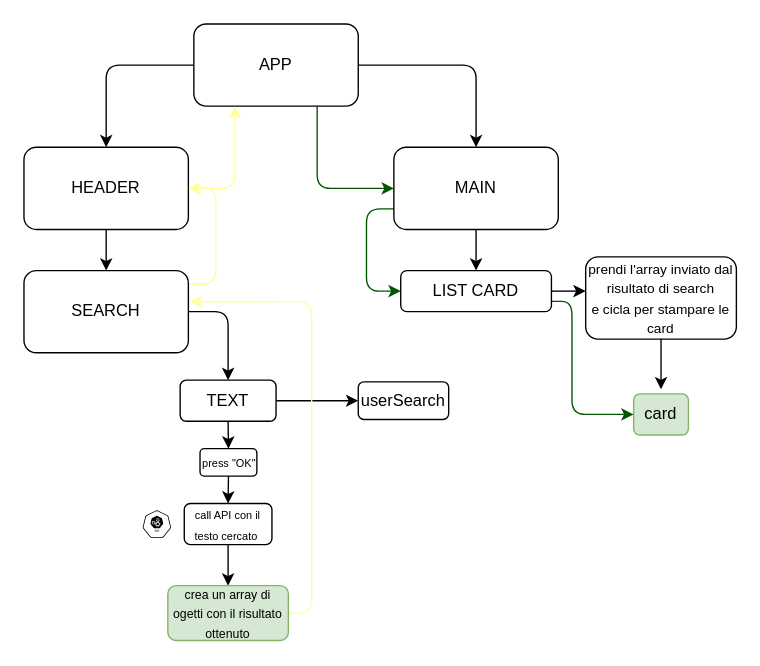
Above: diagramma di flusso.drawio in Simone-De-Santis/vue-boolflix (draw.io), before the change. Source tidied: cells renumbered, new cells numbered last; positions are measured from the earlier drawing's top-left corner, leaving out a move shared by most shapes. Both pictures are drawn from the tidied source at 137%, with x=0, y=0 at pixel (23, 23).
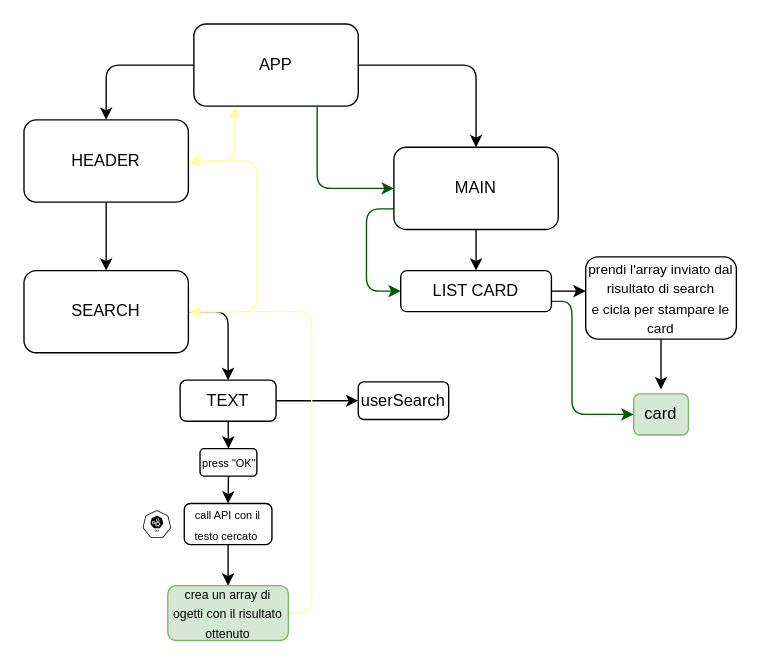
The same page after the edit.

Unchanged cells that the change refers to:
```xml
<mxCell id="14" value="SEARCH" style="whiteSpace=wrap;html=1;rounded=1;" parent="1" vertex="1">
  <mxGeometry y="180" width="120" height="60" as="geometry" />
</mxCell>
<mxCell id="24" value="&lt;font style=&quot;font-size: 9px&quot;&gt;crea un array di ogetti con il risultato ottenuto&lt;/font&gt;" style="whiteSpace=wrap;html=1;rounded=1;strokeColor=#82b366;fillColor=#d5e8d4;fontColor=#000000;" parent="1" vertex="1">
  <mxGeometry x="105" y="410" width="88" height="40" as="geometry" />
</mxCell>
```

The edit, as a diff of the source:
```diff
@@
     <mxCell id="8" value="HEADER" style="whiteSpace=wrap;html=1;rounded=1;" parent="1" vertex="1">
-      <mxGeometry y="90" width="120" height="60" as="geometry" />
+      <mxGeometry y="70" width="120" height="60" as="geometry" />
     </mxCell>
@@
     <mxCell id="13" style="edgeStyle=orthogonalEdgeStyle;jettySize=auto;html=1;entryX=1;entryY=0.5;entryDx=0;entryDy=0;fillColor=#a20025;strokeColor=#FFFF99;" parent="1" edge="1" source="14" target="8">
       <mxGeometry relative="1" as="geometry">
         <Array as="points">
-          <mxPoint x="140" y="190" />
-          <mxPoint x="140" y="120" />
+          <mxPoint x="170" y="210" />
+          <mxPoint x="170" y="100" />
         </Array>
       </mxGeometry>
     </mxCell>
@@
-    <mxCell id="23" style="edgeStyle=orthogonalEdgeStyle;jettySize=auto;html=1;entryX=1.008;entryY=0.379;entryDx=0;entryDy=0;entryPerimeter=0;fillColor=#a20025;strokeColor=#FFFF99;" parent="1" edge="1" source="24" target="14">
+    <mxCell id="23" style="edgeStyle=orthogonalEdgeStyle;jettySize=auto;html=1;fillColor=#a20025;strokeColor=#FFFF99;" parent="1" edge="1" source="24">
       <mxGeometry relative="1" as="geometry">
+        <mxPoint x="121" y="210" as="targetPoint" />
         <Array as="points">
           <mxPoint x="210" y="430" />
-          <mxPoint x="210" y="203" />
+          <mxPoint x="210" y="210" />
+          <mxPoint x="121" y="210" />
         </Array>
       </mxGeometry>
     </mxCell>
```
